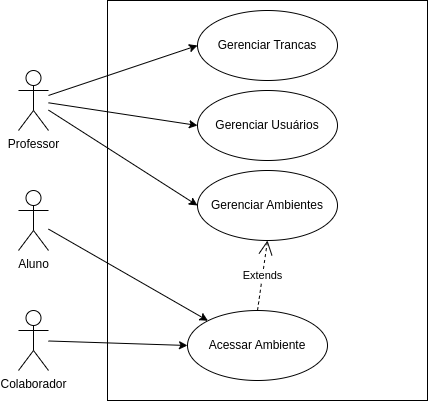
This is assets/Diagrama de caso de uso.png from thiagobonfim0310/SmartLock, a draw.io export, as it was before one commit. Source tidied: cells renumbered, new cells last; positions are measured from the earlier drawing's top-left corner, leaving out a move shared by most shapes.
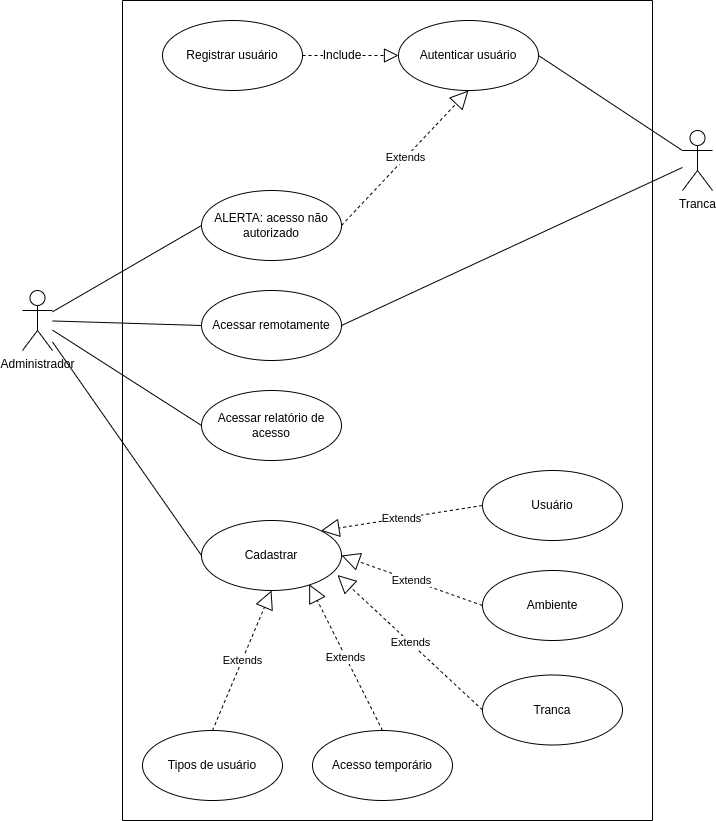
Later version of the same file.

Commit message:
Atualização dos novos assets dos diagramas do sistema

Diff of the diagram source:
```diff
@@ -2,47 +2,89 @@
   <root>
     <mxCell id="0" />
     <mxCell id="1" parent="0" />
+    <mxCell id="5" value="Administrador" style="shape=umlActor;verticalLabelPosition=bottom;verticalAlign=top;html=1;" parent="1" vertex="1">
+      <mxGeometry y="70" width="30" height="60" as="geometry" />
+    </mxCell>
+    <mxCell id="8" value="Acessar relatório de acesso" style="ellipse;whiteSpace=wrap;html=1;" parent="1" vertex="1">
+      <mxGeometry x="179" y="170" width="140" height="70" as="geometry" />
+    </mxCell>
+    <mxCell id="12" value="Acessar remotamente" style="ellipse;whiteSpace=wrap;html=1;" parent="1" vertex="1">
+      <mxGeometry x="179" y="70" width="140" height="70" as="geometry" />
+    </mxCell>
+    <mxCell id="15" value="ALERTA: acesso não autorizado" style="ellipse;whiteSpace=wrap;html=1;" parent="1" vertex="1">
+      <mxGeometry x="179" y="-30" width="140" height="70" as="geometry" />
+    </mxCell>
+    <mxCell id="16" value="Autenticar usuário" style="ellipse;whiteSpace=wrap;html=1;" parent="1" vertex="1">
+      <mxGeometry x="376" y="-200" width="140" height="70" as="geometry" />
+    </mxCell>
+    <mxCell id="17" value="Cadastrar" style="ellipse;whiteSpace=wrap;html=1;" parent="1" vertex="1">
+      <mxGeometry x="179" y="300" width="140" height="70" as="geometry" />
+    </mxCell>
+    <mxCell id="18" value="Registrar usuário" style="ellipse;whiteSpace=wrap;html=1;" parent="1" vertex="1">
+      <mxGeometry x="140" y="-200" width="140" height="70" as="geometry" />
+    </mxCell>
+    <mxCell id="19" value="Usuário" style="ellipse;whiteSpace=wrap;html=1;" parent="1" vertex="1">
+      <mxGeometry x="460" y="250" width="140" height="70" as="geometry" />
+    </mxCell>
+    <mxCell id="20" value="Ambiente" style="ellipse;whiteSpace=wrap;html=1;" parent="1" vertex="1">
+      <mxGeometry x="460" y="350" width="140" height="70" as="geometry" />
+    </mxCell>
+    <mxCell id="21" value="Tranca" style="ellipse;whiteSpace=wrap;html=1;" parent="1" vertex="1">
+      <mxGeometry x="460" y="454.5" width="140" height="70" as="geometry" />
+    </mxCell>
+    <mxCell id="22" value="Acesso temporário" style="ellipse;whiteSpace=wrap;html=1;" parent="1" vertex="1">
+      <mxGeometry x="290" y="510" width="140" height="70" as="geometry" />
+    </mxCell>
+    <mxCell id="23" value="Tipos de usuário" style="ellipse;whiteSpace=wrap;html=1;" parent="1" vertex="1">
+      <mxGeometry x="120" y="510" width="140" height="70" as="geometry" />
+    </mxCell>
+    <mxCell id="24" style="endArrow=block;dashed=1;endFill=0;endSize=12;html=1;exitX=1;exitY=0.5;exitDx=0;exitDy=0;entryX=0;entryY=0.5;entryDx=0;entryDy=0;" parent="1" edge="1" source="18" target="16">
+      <mxGeometry relative="1" as="geometry" />
+    </mxCell>
+    <mxCell id="25" value="Extends" style="endArrow=block;endSize=16;endFill=0;html=1;entryX=0.5;entryY=1;entryDx=0;entryDy=0;exitX=1;exitY=0.5;exitDx=0;exitDy=0;dashed=1;" parent="1" edge="1" source="15" target="16">
+      <mxGeometry relative="1" as="geometry" />
+    </mxCell>
+    <mxCell id="26" value="Include" style="text;html=1;strokeColor=none;fillColor=none;align=center;verticalAlign=middle;whiteSpace=wrap;rounded=0;labelBackgroundColor=default;" parent="1" vertex="1">
+      <mxGeometry x="290" y="-180" width="60" height="30" as="geometry" />
+    </mxCell>
+    <mxCell id="27" value="Extends" style="endArrow=block;endSize=16;endFill=0;html=1;exitX=0;exitY=0.5;exitDx=0;exitDy=0;entryX=1;entryY=0;entryDx=0;entryDy=0;dashed=1;" parent="1" edge="1" source="19" target="17">
+      <mxGeometry relative="1" as="geometry" />
+    </mxCell>
+    <mxCell id="28" value="Extends" style="endArrow=block;endSize=16;endFill=0;html=1;exitX=0;exitY=0.5;exitDx=0;exitDy=0;entryX=1;entryY=0.5;entryDx=0;entryDy=0;dashed=1;" parent="1" edge="1" source="20" target="17">
+      <mxGeometry relative="1" as="geometry" />
+    </mxCell>
+    <mxCell id="29" value="Extends" style="endArrow=block;endSize=16;endFill=0;html=1;exitX=0;exitY=0.5;exitDx=0;exitDy=0;entryX=0.971;entryY=0.779;entryDx=0;entryDy=0;entryPerimeter=0;dashed=1;" parent="1" edge="1" source="21" target="17">
+      <mxGeometry relative="1" as="geometry" />
+    </mxCell>
+    <mxCell id="30" value="Extends" style="endArrow=block;endSize=16;endFill=0;html=1;exitX=0.5;exitY=0;exitDx=0;exitDy=0;entryX=0.769;entryY=0.91;entryDx=0;entryDy=0;entryPerimeter=0;dashed=1;" parent="1" edge="1" source="22" target="17">
+      <mxGeometry relative="1" as="geometry" />
+    </mxCell>
+    <mxCell id="31" value="Extends" style="endArrow=block;endSize=16;endFill=0;html=1;exitX=0.5;exitY=0;exitDx=0;exitDy=0;entryX=0.5;entryY=1;entryDx=0;entryDy=0;dashed=1;" parent="1" edge="1" source="23" target="17">
+      <mxGeometry relative="1" as="geometry" />
+    </mxCell>
+    <mxCell id="32" value="Tranca" style="shape=umlActor;verticalLabelPosition=bottom;verticalAlign=top;html=1;" parent="1" vertex="1">
+      <mxGeometry x="660" y="-90" width="30" height="60" as="geometry" />
+    </mxCell>
+    <mxCell id="33" style="endArrow=none;html=1;exitX=1;exitY=0.5;exitDx=0;exitDy=0;" parent="1" edge="1" source="16" target="32">
+      <mxGeometry relative="1" as="geometry" />
+    </mxCell>
-    <mxCell id="2" style="edgeStyle=none;html=1;entryX=0;entryY=0.5;entryDx=0;entryDy=0;" parent="1" edge="1" source="5" target="12">
+    <mxCell id="2" style="endArrow=none;html=1;entryX=0;entryY=0.5;entryDx=0;entryDy=0;" parent="1" edge="1" source="5" target="12">
       <mxGeometry relative="1" as="geometry" />
     </mxCell>
-    <mxCell id="3" style="edgeStyle=none;html=1;entryX=0;entryY=0.5;entryDx=0;entryDy=0;" parent="1" edge="1" source="5" target="8">
+    <mxCell id="3" style="endArrow=none;html=1;entryX=0;entryY=0.5;entryDx=0;entryDy=0;" parent="1" edge="1" source="5" target="8">
       <mxGeometry relative="1" as="geometry" />
     </mxCell>
+    <mxCell id="34" style="endArrow=none;html=1;entryX=0;entryY=0.5;entryDx=0;entryDy=0;" parent="1" edge="1" source="5" target="17">
+      <mxGeometry relative="1" as="geometry" />
+    </mxCell>
-    <mxCell id="4" style="edgeStyle=none;html=1;entryX=0;entryY=0.5;entryDx=0;entryDy=0;" parent="1" edge="1" source="5" target="15">
+    <mxCell id="4" style="endArrow=none;html=1;entryX=0;entryY=0.5;entryDx=0;entryDy=0;" parent="1" edge="1" source="5" target="15">
       <mxGeometry relative="1" as="geometry" />
     </mxCell>
-    <mxCell id="5" value="Professor" style="shape=umlActor;verticalLabelPosition=bottom;verticalAlign=top;html=1;" parent="1" vertex="1">
-      <mxGeometry y="70" width="30" height="60" as="geometry" />
-    </mxCell>
-    <mxCell id="6" style="edgeStyle=none;html=1;entryX=0;entryY=0;entryDx=0;entryDy=0;" parent="1" edge="1" source="7" target="9">
-      <mxGeometry relative="1" as="geometry" />
-    </mxCell>
-    <mxCell id="7" value="Aluno" style="shape=umlActor;verticalLabelPosition=bottom;verticalAlign=top;html=1;" parent="1" vertex="1">
-      <mxGeometry y="190" width="30" height="60" as="geometry" />
-    </mxCell>
-    <mxCell id="8" value="Gerenciar Ambientes" style="ellipse;whiteSpace=wrap;html=1;" parent="1" vertex="1">
-      <mxGeometry x="179" y="170" width="140" height="70" as="geometry" />
-    </mxCell>
-    <mxCell id="9" value="Acessar Ambiente" style="ellipse;whiteSpace=wrap;html=1;" parent="1" vertex="1">
-      <mxGeometry x="169" y="310" width="140" height="70" as="geometry" />
-    </mxCell>
-    <mxCell id="10" value="Extends" style="endArrow=open;endSize=12;dashed=1;html=1;rounded=0;exitX=0.5;exitY=0;exitDx=0;exitDy=0;entryX=0.5;entryY=1;entryDx=0;entryDy=0;" parent="1" edge="1" source="9" target="8">
-      <mxGeometry relative="1" as="geometry" />
-    </mxCell>
-    <mxCell id="11" style="rounded=0;whiteSpace=wrap;html=1;fillColor=none;" parent="1" vertex="1">
-      <mxGeometry x="89" width="320" height="400" as="geometry" />
-    </mxCell>
-    <mxCell id="12" value="Gerenciar Usuários" style="ellipse;whiteSpace=wrap;html=1;" parent="1" vertex="1">
-      <mxGeometry x="179" y="90" width="140" height="70" as="geometry" />
-    </mxCell>
-    <mxCell id="13" style="edgeStyle=none;html=1;entryX=0;entryY=0.5;entryDx=0;entryDy=0;" parent="1" edge="1" source="14" target="9">
-      <mxGeometry relative="1" as="geometry" />
-    </mxCell>
-    <mxCell id="14" value="Colaborador" style="shape=umlActor;verticalLabelPosition=bottom;verticalAlign=top;html=1;" parent="1" vertex="1">
-      <mxGeometry y="310" width="30" height="60" as="geometry" />
-    </mxCell>
-    <mxCell id="15" value="Gerenciar Trancas" style="ellipse;whiteSpace=wrap;html=1;" parent="1" vertex="1">
-      <mxGeometry x="179" y="10" width="140" height="70" as="geometry" />
-    </mxCell>
+    <mxCell id="35" style="swimlane;startSize=0;labelBackgroundColor=default;" parent="1" vertex="1">
+      <mxGeometry x="100" y="-220" width="530" height="820" as="geometry" />
+    </mxCell>
+    <mxCell id="36" style="endArrow=none;html=1;exitX=1;exitY=0.5;exitDx=0;exitDy=0;" parent="1" edge="1" source="12" target="32">
+      <mxGeometry relative="1" as="geometry" />
+    </mxCell>
   </root>
 </mxGraphModel>
```
